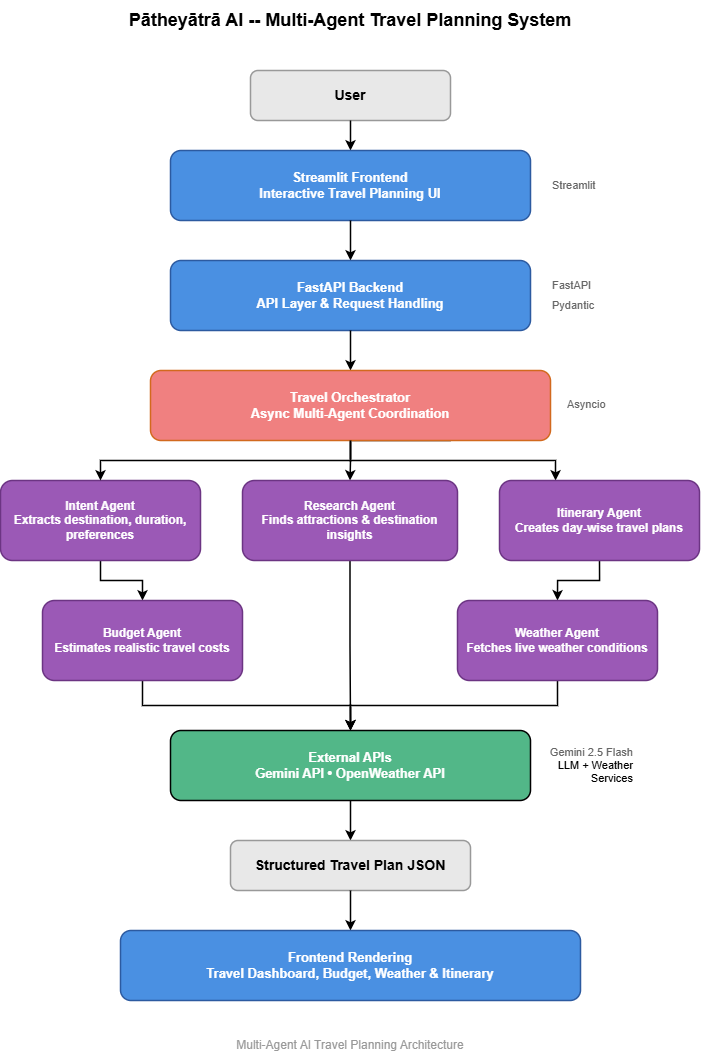
Before: assets/pātheyātrā_ai_architecture.png, a diagram exported from draw.io (blazoxx/itineraryAgent). Source tidied: cells renumbered, new cells last; positions are measured from the earlier drawing's top-left corner, leaving out a move shared by most shapes.
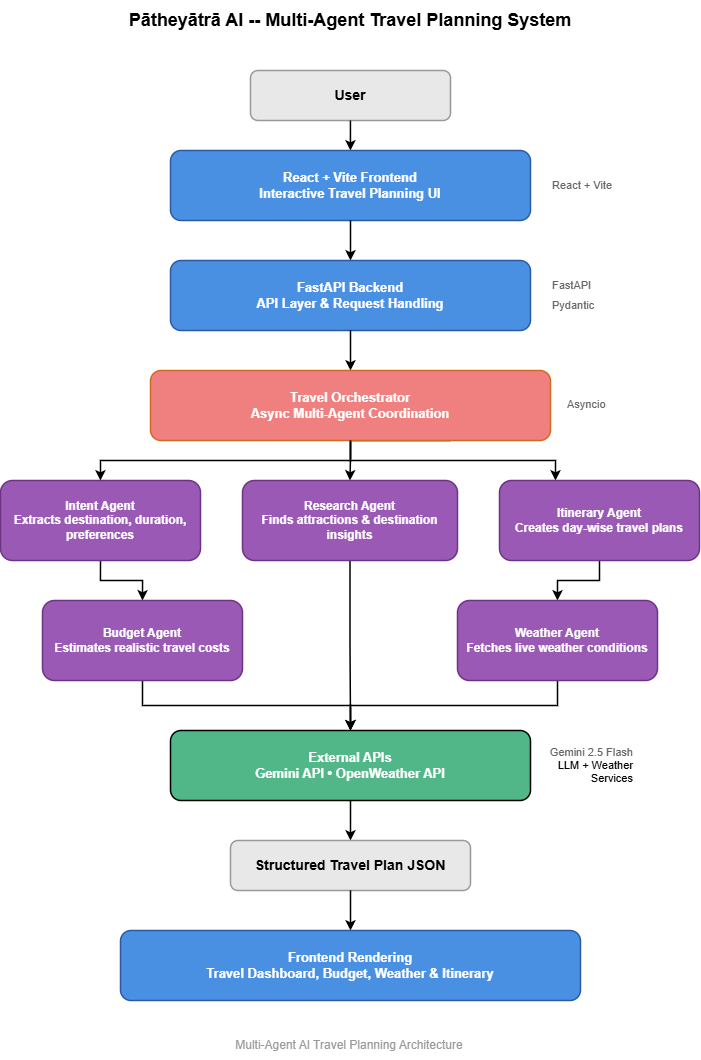
The same diagram one commit later.

Commit message:
feat: Update AI architecture diagram

The edit, as a diff of the source:
```diff
@@ -11,11 +11,11 @@
     <mxCell id="4" style="edgeStyle=orthogonalEdgeStyle;rounded=0;jettySize=auto;html=1;endArrow=classic;endFill=1;strokeWidth=1.5;fontSize=12;" parent="1" edge="1" source="3" target="5">
       <mxGeometry relative="1" as="geometry" />
     </mxCell>
-    <mxCell id="5" value="Streamlit Frontend&#10;Interactive Travel Planning UI" style="rounded=1;whiteSpace=wrap;html=1;fillColor=#4a90e2;strokeColor=#2c5aa0;strokeWidth=1.5;fontSize=13;fontStyle=1;fontColor=#ffffff;" parent="1" vertex="1">
+    <mxCell id="5" value="React + Vite Frontend&lt;br&gt;Interactive Travel Planning UI" style="rounded=1;whiteSpace=wrap;html=1;fillColor=#4a90e2;strokeColor=#2c5aa0;strokeWidth=1.5;fontSize=13;fontStyle=1;fontColor=#ffffff;" parent="1" vertex="1">
       <mxGeometry x="170" y="150" width="360" height="70" as="geometry" />
     </mxCell>
-    <mxCell id="6" value="Streamlit" style="text;html=1;strokeColor=none;fillColor=none;align=left;verticalAlign=middle;whiteSpace=wrap;fontSize=11;fontStyle=0;fontColor=#666666;strokeWidth=1.5;" parent="1" vertex="1">
-      <mxGeometry x="550" y="175" width="50" height="20" as="geometry" />
+    <mxCell id="6" value="React&amp;nbsp;&lt;span style=&quot;background-color: transparent; color: light-dark(rgb(102, 102, 102), rgb(149, 149, 149));&quot;&gt;+ Vite&lt;/span&gt;" style="text;html=1;strokeColor=none;fillColor=none;align=left;verticalAlign=middle;whiteSpace=wrap;fontSize=11;fontStyle=0;fontColor=#666666;strokeWidth=1.5;" parent="1" vertex="1">
+      <mxGeometry x="550" y="175" width="63" height="20" as="geometry" />
     </mxCell>
     <mxCell id="7" style="edgeStyle=orthogonalEdgeStyle;rounded=0;jettySize=auto;html=1;endArrow=classic;endFill=1;strokeWidth=1.5;" parent="1" edge="1" source="5" target="8">
       <mxGeometry relative="1" as="geometry" />
```
